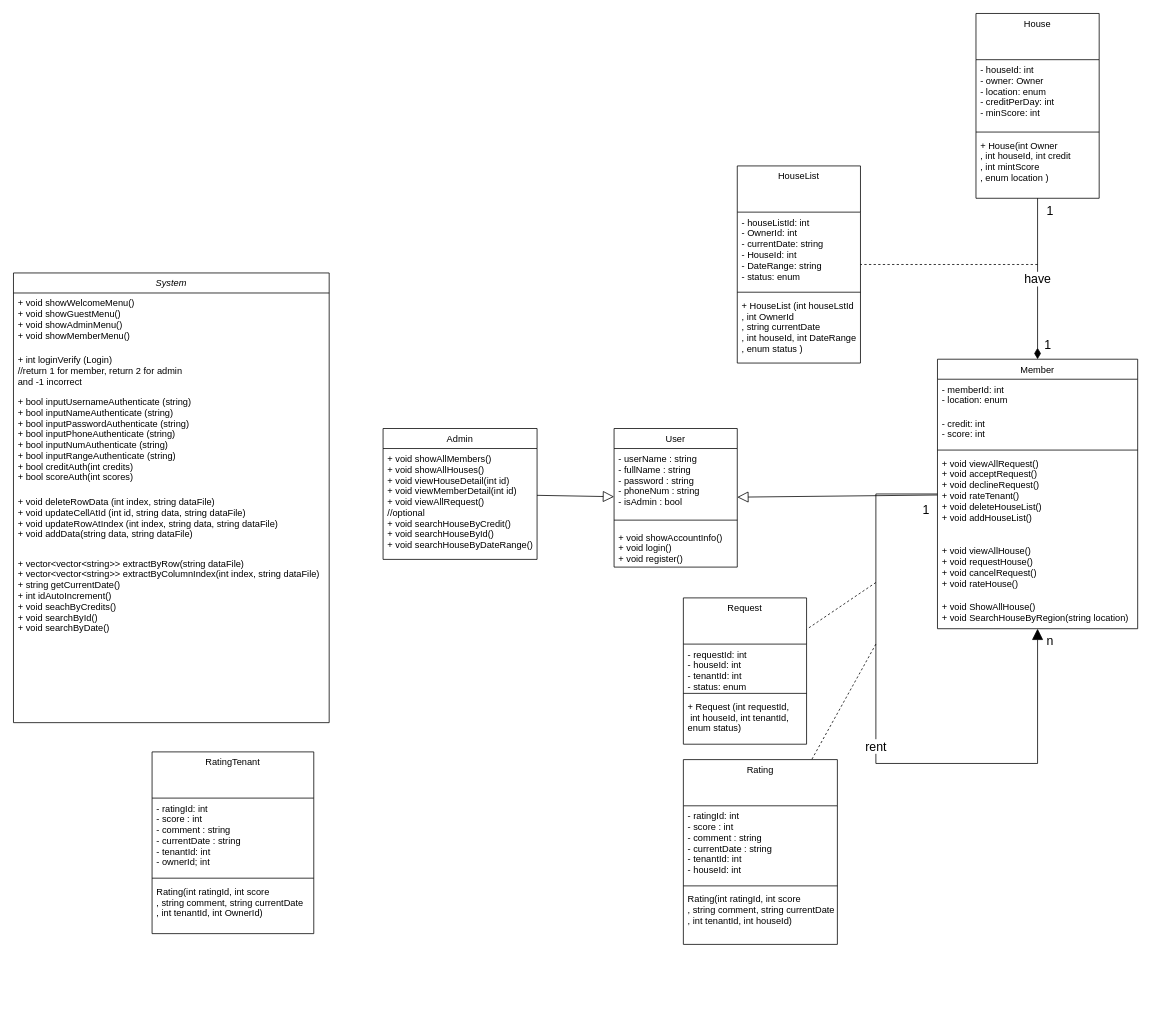
The draw.io diagram HouseRent.drawio in TrungNgo21/ERD_SQL, before the edit. Source tidied: cells renumbered, new cells numbered last; positions are measured from the earlier drawing's top-left corner, leaving out a move shared by most shapes. Both pictures are drawn from the tidied source at 77%, with x=0, y=0 at pixel (13, 13).
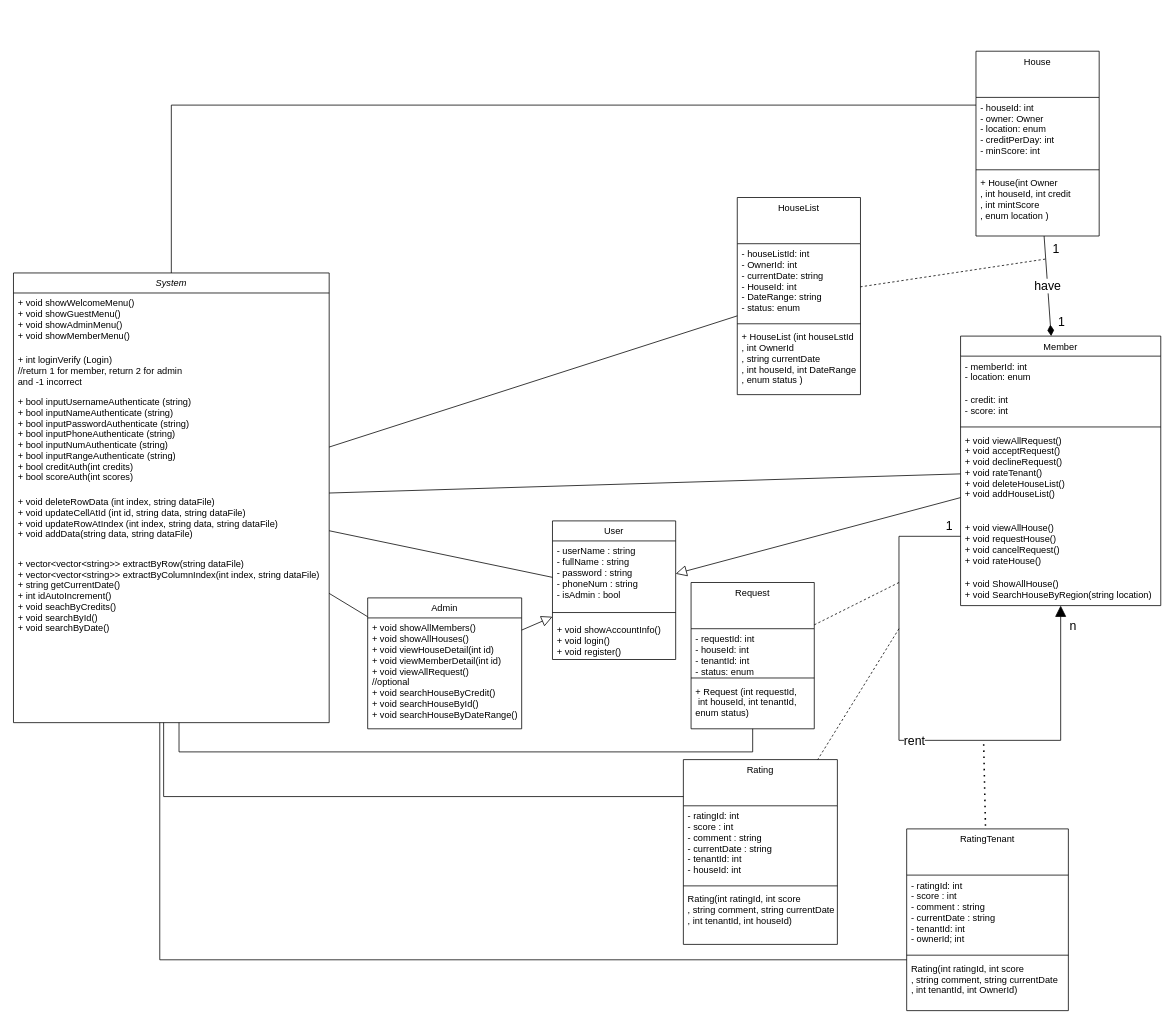
The same page after the edit.

The change refers to these unchanged cells:
```xml
<mxCell id="8" value="+ void ShowAllHouse()&#10;+ void SearchHouseByRegion(string location)" style="text;align=left;verticalAlign=top;spacingLeft=4;spacingRight=4;overflow=hidden;points=[[0,0.5],[1,0.5]];portConstraint=eastwest;" parent="2" vertex="1">
  <mxGeometry y="308" width="260" height="42" as="geometry" />
</mxCell>
<mxCell id="29" value="Rating" style="swimlane;fontStyle=0;align=center;verticalAlign=top;horizontal=1;startSize=60;rounded=0;shadow=0;strokeWidth=1;" parent="1" vertex="1">
  <mxGeometry x="870" y="969" width="200" height="240" as="geometry" />
</mxCell>
<mxCell id="37" value="System" style="swimlane;fontStyle=2;align=center;verticalAlign=top;horizontal=1;startSize=26;rounded=0;shadow=0;strokeWidth=1;" parent="1" vertex="1">
  <mxGeometry y="337" width="410" height="584" as="geometry" />
</mxCell>
```

What changed in the source:
```diff
@@
     <mxCell id="2" value="Member" style="swimlane;fontStyle=0;align=center;verticalAlign=top;horizontal=1;startSize=26;rounded=0;shadow=0;strokeWidth=1;" parent="1" vertex="1">
-      <mxGeometry x="1200" y="449" width="260" height="350" as="geometry" />
+      <mxGeometry x="1230" y="419" width="260" height="350" as="geometry" />
     </mxCell>
@@
     <mxCell id="9" value="rent" style="endArrow=block;html=1;endSize=12;startArrow=none;startSize=12;startFill=0;rounded=0;fontSize=16;fillColor=none;jumpSize=9;endFill=1;edgeStyle=orthogonalEdgeStyle;" parent="2" edge="1" source="2" target="8">
       <mxGeometry relative="1" as="geometry">
         <Array as="points">
-          <mxPoint x="-80" y="175" />
+          <mxPoint x="-80" y="260" />
           <mxPoint x="-80" y="525" />
           <mxPoint x="130" y="525" />
         </Array>
       </mxGeometry>
     </mxCell>
     <mxCell id="10" value="n" style="edgeLabel;html=1;align=left;verticalAlign=top;fontSize=16;" parent="9" vertex="1">
       <mxGeometry x="-1" relative="1" as="geometry">
-        <mxPoint x="140" y="175" as="offset" />
+        <mxPoint x="140" y="100" as="offset" />
       </mxGeometry>
     </mxCell>
     <mxCell id="11" value="1" style="edgeLabel;html=1;align=right;verticalAlign=top;fontSize=16;" parent="9" vertex="1">
       <mxGeometry x="1" relative="1" as="geometry">
-        <mxPoint x="-140" y="-170" as="offset" />
+        <mxPoint x="-140" y="-120" as="offset" />
       </mxGeometry>
     </mxCell>
     <mxCell id="12" value="House" style="swimlane;fontStyle=0;align=center;verticalAlign=top;horizontal=1;startSize=60;rounded=0;shadow=0;strokeWidth=1;" parent="1" vertex="1">
-      <mxGeometry x="1250" width="160" height="240" as="geometry" />
+      <mxGeometry x="1250" y="49" width="160" height="240" as="geometry" />
     </mxCell>
@@
     <mxCell id="16" value="Admin" style="swimlane;fontStyle=0;align=center;verticalAlign=top;horizontal=1;startSize=26;rounded=0;shadow=0;strokeWidth=1;" parent="1" vertex="1">
-      <mxGeometry x="480" y="539" width="200" height="170" as="geometry" />
+      <mxGeometry x="460" y="759" width="200" height="170" as="geometry" />
     </mxCell>
@@
     <mxCell id="18" value="User" style="swimlane;fontStyle=0;align=center;verticalAlign=top;horizontal=1;startSize=26;rounded=0;shadow=0;strokeWidth=1;" parent="1" vertex="1">
-      <mxGeometry x="780" y="539" width="160" height="180" as="geometry" />
+      <mxGeometry x="700" y="659" width="160" height="180" as="geometry" />
     </mxCell>
@@
     <mxCell id="25" value="Request" style="swimlane;fontStyle=0;align=center;verticalAlign=top;horizontal=1;startSize=60;rounded=0;shadow=0;strokeWidth=1;" parent="1" vertex="1">
-      <mxGeometry x="870" y="759" width="160" height="190" as="geometry" />
+      <mxGeometry x="880" y="739" width="160" height="190" as="geometry" />
     </mxCell>
@@
     <mxCell id="33" value="HouseList" style="swimlane;fontStyle=0;align=center;verticalAlign=top;horizontal=1;startSize=60;rounded=0;shadow=0;strokeWidth=1;" parent="1" vertex="1">
-      <mxGeometry x="940" y="198" width="160" height="256" as="geometry" />
+      <mxGeometry x="940" y="239" width="160" height="256" as="geometry" />
     </mxCell>
@@
-    <mxCell id="43" style="html=1;verticalAlign=bottom;endArrow=none;dashed=1;endSize=8;rounded=0;endFill=0;" parent="1" edge="1" target="33">
-      <mxGeometry relative="1" as="geometry">
-        <mxPoint x="1330" y="326" as="sourcePoint" />
-      </mxGeometry>
-    </mxCell>
-    <mxCell id="44" value="have" style="endArrow=diamondThin;html=1;endSize=12;startArrow=none;startSize=12;startFill=0;rounded=0;fontSize=16;fillColor=none;jumpSize=9;endFill=1;" parent="1" edge="1" source="12" target="2">
-      <mxGeometry relative="1" as="geometry" />
-    </mxCell>
-    <mxCell id="45" value="1" style="edgeLabel;html=1;align=left;verticalAlign=top;fontSize=16;" parent="44" vertex="1">
-      <mxGeometry x="-1" relative="1" as="geometry">
-        <mxPoint x="10" as="offset" />
-      </mxGeometry>
-    </mxCell>
-    <mxCell id="46" value="1" style="edgeLabel;html=1;align=right;verticalAlign=top;fontSize=16;" parent="44" vertex="1">
-      <mxGeometry x="1" relative="1" as="geometry">
-        <mxPoint x="18" y="-35" as="offset" />
-      </mxGeometry>
-    </mxCell>
     <mxCell id="47" value="RatingTenant" style="swimlane;fontStyle=0;align=center;verticalAlign=top;horizontal=1;startSize=60;rounded=0;shadow=0;strokeWidth=1;" parent="1" vertex="1">
-      <mxGeometry x="180" y="959" width="210" height="236" as="geometry" />
+      <mxGeometry x="1160" y="1059" width="210" height="236" as="geometry" />
     </mxCell>
@@
     <mxCell id="51" style="html=1;verticalAlign=bottom;endArrow=none;dashed=1;endSize=8;rounded=0;endFill=0;" parent="1" edge="1" target="25">
       <mxGeometry relative="1" as="geometry">
-        <mxPoint x="1120" y="739" as="sourcePoint" />
+        <mxPoint x="1150" y="739" as="sourcePoint" />
       </mxGeometry>
     </mxCell>
     <mxCell id="52" style="html=1;verticalAlign=bottom;endArrow=none;dashed=1;endSize=8;rounded=0;endFill=0;" parent="1" edge="1" target="29">
       <mxGeometry relative="1" as="geometry">
-        <mxPoint x="1120" y="819" as="sourcePoint" />
+        <mxPoint x="1150" y="799" as="sourcePoint" />
       </mxGeometry>
     </mxCell>
+    <mxCell id="53" style="endArrow=none;dashed=1;html=1;dashPattern=1 3;strokeWidth=2;rounded=0;" parent="1" edge="1" target="47">
+      <mxGeometry relative="1" as="geometry">
+        <mxPoint x="1260" y="949" as="sourcePoint" />
+      </mxGeometry>
+    </mxCell>
+    <mxCell id="54" style="endArrow=none;html=1;rounded=0;" parent="1" edge="1" source="37" target="33">
+      <mxGeometry relative="1" as="geometry" />
+    </mxCell>
+    <mxCell id="55" style="endArrow=none;html=1;rounded=0;" parent="1" edge="1" source="37" target="18">
+      <mxGeometry relative="1" as="geometry" />
+    </mxCell>
+    <mxCell id="56" style="endArrow=none;html=1;rounded=0;" parent="1" edge="1" source="37" target="16">
+      <mxGeometry relative="1" as="geometry" />
+    </mxCell>
+    <mxCell id="57" style="endArrow=none;html=1;rounded=0;" parent="1" edge="1" source="37" target="2">
+      <mxGeometry relative="1" as="geometry" />
+    </mxCell>
+    <mxCell id="58" style="endArrow=none;html=1;rounded=0;edgeStyle=orthogonalEdgeStyle;" parent="1" edge="1" source="37" target="12">
+      <mxGeometry relative="1" as="geometry">
+        <Array as="points">
+          <mxPoint x="205" y="119" />
+        </Array>
+      </mxGeometry>
+    </mxCell>
+    <mxCell id="59" style="endArrow=none;html=1;rounded=0;edgeStyle=orthogonalEdgeStyle;" parent="1" edge="1" source="37" target="25">
+      <mxGeometry relative="1" as="geometry">
+        <Array as="points">
+          <mxPoint x="215" y="959" />
+          <mxPoint x="960" y="959" />
+        </Array>
+      </mxGeometry>
+    </mxCell>
+    <mxCell id="60" style="endArrow=none;html=1;rounded=0;edgeStyle=orthogonalEdgeStyle;" parent="1" edge="1" source="37" target="29">
+      <mxGeometry relative="1" as="geometry">
+        <Array as="points">
+          <mxPoint x="195" y="1017" />
+        </Array>
+      </mxGeometry>
+    </mxCell>
+    <mxCell id="61" style="endArrow=none;html=1;rounded=0;edgeStyle=orthogonalEdgeStyle;" parent="1" edge="1" source="37" target="47">
+      <mxGeometry relative="1" as="geometry">
+        <Array as="points">
+          <mxPoint x="190" y="1229" />
+        </Array>
+      </mxGeometry>
+    </mxCell>
+    <mxCell id="62" style="group;" parent="1" vertex="1">
+      <mxGeometry x="1340" y="319" as="geometry" />
+    </mxCell>
+    <mxCell id="43" style="html=1;verticalAlign=bottom;endArrow=none;dashed=1;endSize=8;rounded=0;endFill=0;" parent="62" edge="1" target="33">
+      <mxGeometry relative="1" as="geometry">
+        <mxPoint as="sourcePoint" />
+      </mxGeometry>
+    </mxCell>
+    <mxCell id="44" value="have" style="endArrow=diamondThin;html=1;endSize=12;startArrow=none;startSize=12;startFill=0;rounded=0;fontSize=16;fillColor=none;jumpSize=9;endFill=1;" parent="62" edge="1" source="12" target="2">
+      <mxGeometry relative="1" as="geometry" />
+    </mxCell>
+    <mxCell id="45" value="1" style="edgeLabel;html=1;align=left;verticalAlign=top;fontSize=16;" parent="44" vertex="1">
+      <mxGeometry x="-1" relative="1" as="geometry">
+        <mxPoint x="10" as="offset" />
+      </mxGeometry>
+    </mxCell>
+    <mxCell id="46" value="1" style="edgeLabel;html=1;align=right;verticalAlign=top;fontSize=16;" parent="44" vertex="1">
+      <mxGeometry x="1" relative="1" as="geometry">
+        <mxPoint x="18" y="-35" as="offset" />
+      </mxGeometry>
+    </mxCell>
```
